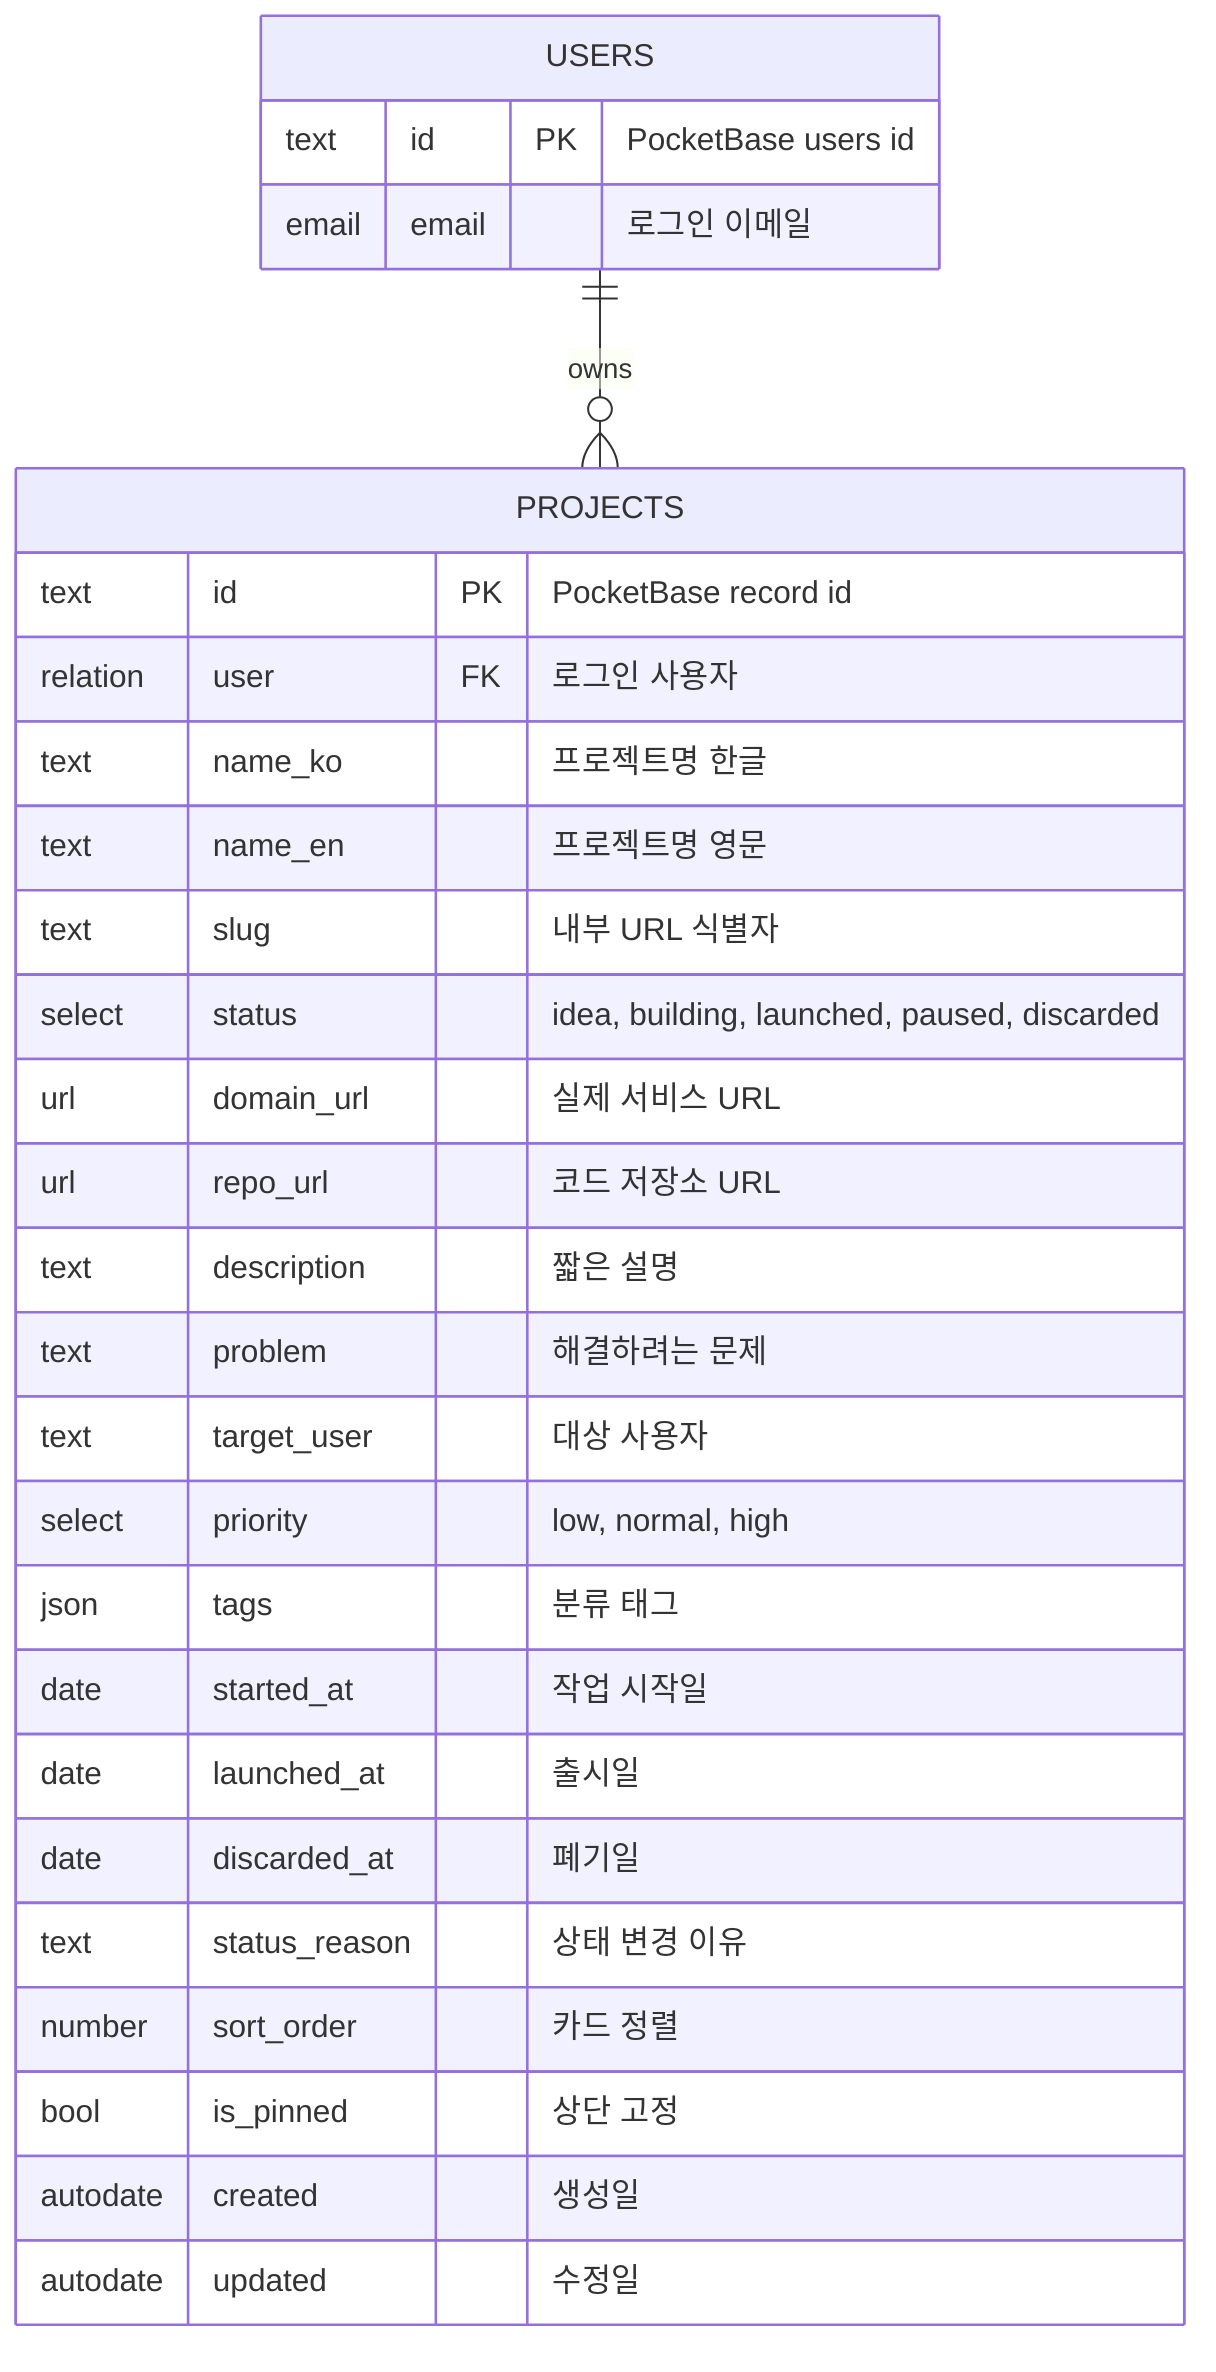
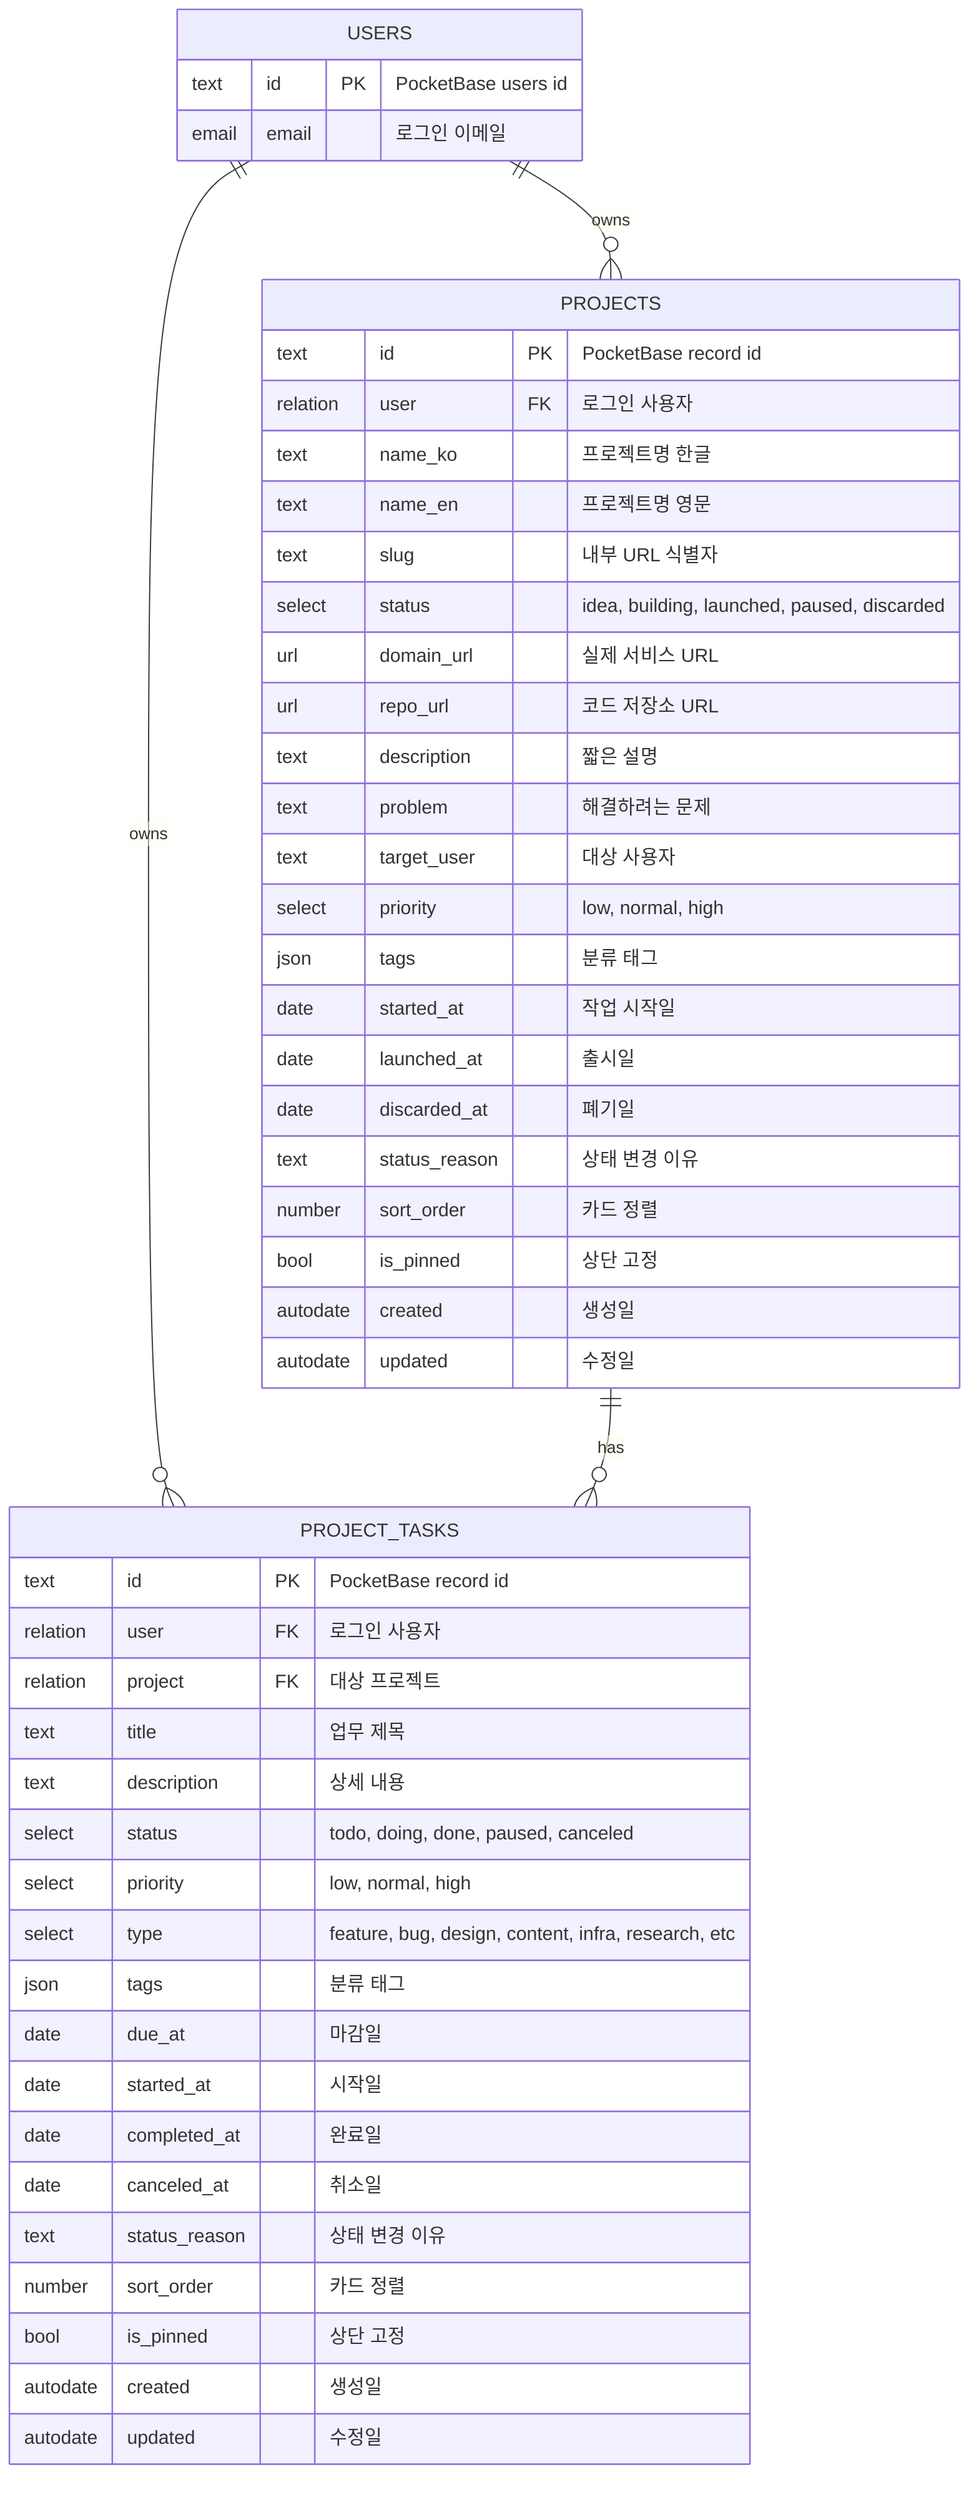
erDiagram
  USERS ||--o{ PROJECTS : owns
+   USERS ||--o{ PROJECT_TASKS : owns
+   PROJECTS ||--o{ PROJECT_TASKS : has

  USERS {
    text id PK "PocketBase users id"
    email email "로그인 이메일"
  }

  PROJECTS {
    text id PK "PocketBase record id"
    relation user FK "로그인 사용자"
    text name_ko "프로젝트명 한글"
    text name_en "프로젝트명 영문"
    text slug "내부 URL 식별자"
    select status "idea, building, launched, paused, discarded"
    url domain_url "실제 서비스 URL"
    url repo_url "코드 저장소 URL"
    text description "짧은 설명"
    text problem "해결하려는 문제"
    text target_user "대상 사용자"
    select priority "low, normal, high"
    json tags "분류 태그"
    date started_at "작업 시작일"
    date launched_at "출시일"
    date discarded_at "폐기일"
    text status_reason "상태 변경 이유"
    number sort_order "카드 정렬"
    bool is_pinned "상단 고정"
    autodate created "생성일"
    autodate updated "수정일"
  }

+   PROJECT_TASKS {
+     text id PK "PocketBase record id"
+     relation user FK "로그인 사용자"
+     relation project FK "대상 프로젝트"
+     text title "업무 제목"
+     text description "상세 내용"
+     select status "todo, doing, done, paused, canceled"
+     select priority "low, normal, high"
+     select type "feature, bug, design, content, infra, research, etc"
+     json tags "분류 태그"
+     date due_at "마감일"
+     date started_at "시작일"
+     date completed_at "완료일"
+     date canceled_at "취소일"
+     text status_reason "상태 변경 이유"
+     number sort_order "카드 정렬"
+     bool is_pinned "상단 고정"
+     autodate created "생성일"
+     autodate updated "수정일"
+   }
+ 
%% status
%% - idea: 아이디어
%% - building: 작업중
%% - launched: 출시
%% - paused: 보류
%% - discarded: 폐기

%% priority
%% - low: 낮음
%% - normal: 보통
%% - high: 높음
+ 
+ %% task status
+ %% - todo: 할 일
+ %% - doing: 진행중
+ %% - done: 완료
+ %% - paused: 보류
+ %% - canceled: 취소
+ 
+ %% task type
+ %% - feature: 기능
+ %% - bug: 버그
+ %% - design: 디자인
+ %% - content: 콘텐츠
+ %% - infra: 인프라
+ %% - research: 조사
+ %% - etc: 기타
